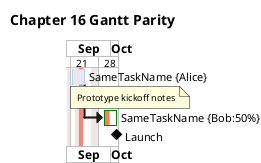
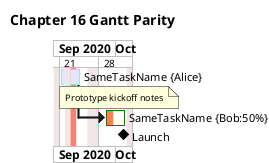
@startgantt
title Chapter 16 Gantt Parity
Project starts the 20th of september 2020
- projectscale weekly with calendar date
+ Print between 2020-09-20 and 2020-10-03
+ projectscale weekly with calendar date zoom 1.4
hide resources footbox
saturday are closed
sunday are closed
2020/09/22 is closed
2020/09/24 is open
2020/09/21 to 2020/09/22 are named [Prep window]
2020/09/23 is colored in salmon

[SameTaskName] as [T1] on {Alice} requires 3 days and is colored in Lavender/LightBlue
note bottom
Prototype kickoff notes
end note
then [SameTaskName] as [T2] on {Bob:50%} requires 2 days and is 40% completed
[T2] starts 2 working days after [T1]'s end
[T2] is colored in Coral/Green
[T2] links to [[https://plantuml.com/gantt-diagram]]
{Bob} is off on 2020/09/25
[Launch] happens at [T2]'s end
[T1] -> [T2]
@endgantt
